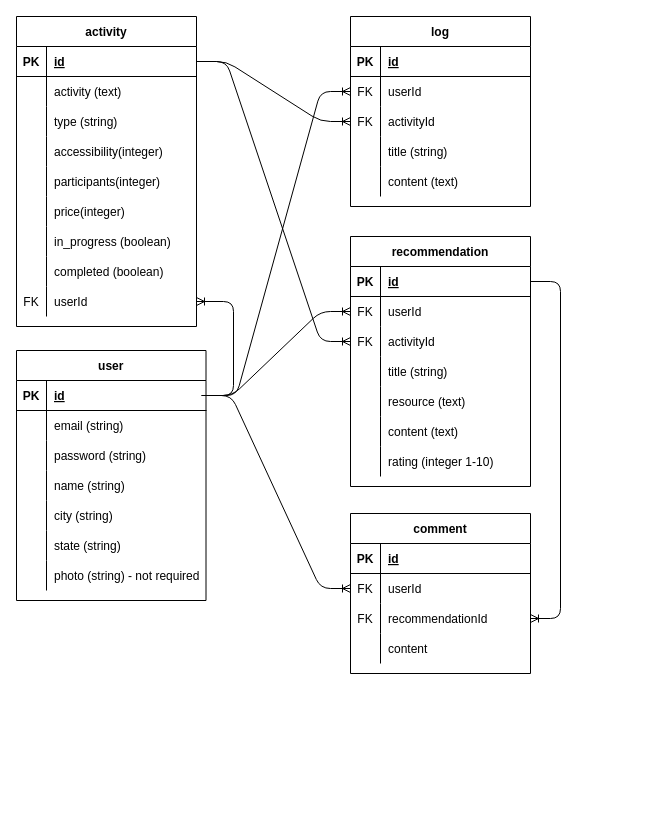
Before: ERD.drawio in valerieyang00/Project-2, a draw.io diagram. Source tidied: cells renumbered, new cells numbered last; positions are measured from the earlier drawing's top-left corner, leaving out a move shared by most shapes. Both pictures are drawn from the tidied source at 100%, with x=0, y=0 at pixel (16, 16).
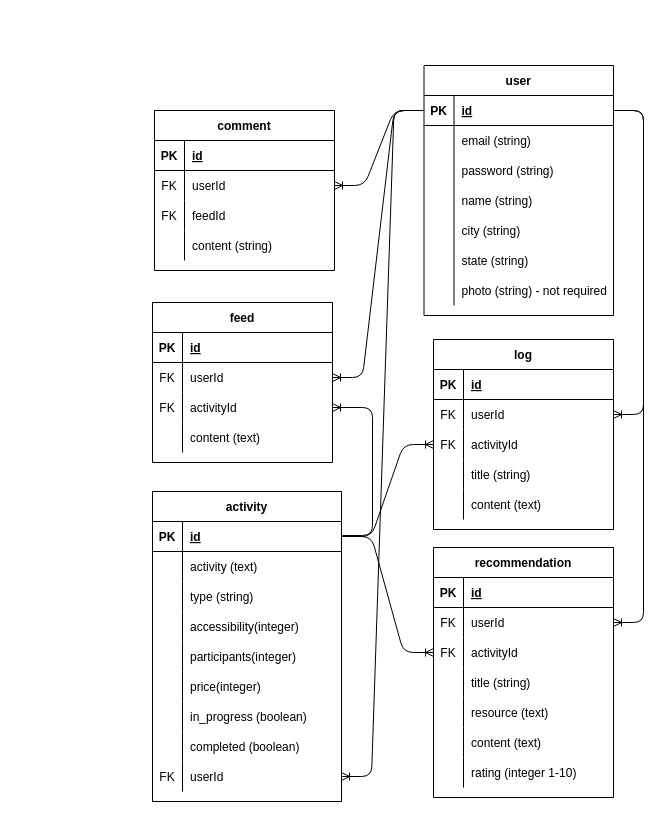
The same page after the edit.

Commit message (it also covers changes not shown here):
more models, edited ERD

Unchanged cells that the change refers to:
```xml
<mxCell id="3" style="shape=partialRectangle;fillColor=none;top=0;left=0;bottom=1;right=0;points=[[0,0.5],[1,0.5]];portConstraint=eastwest;" parent="2" vertex="1">
  <mxGeometry y="30" width="189.5" height="30" as="geometry" />
</mxCell>
<mxCell id="56" style="shape=partialRectangle;fillColor=none;top=0;left=0;bottom=0;right=0;points=[[0,0.5],[1,0.5]];portConstraint=eastwest;" parent="52" vertex="1">
  <mxGeometry y="60" width="180" height="30" as="geometry" />
</mxCell>
<mxCell id="59" style="shape=partialRectangle;fillColor=none;top=0;left=0;bottom=0;right=0;points=[[0,0.5],[1,0.5]];portConstraint=eastwest;" parent="52" vertex="1">
  <mxGeometry y="90" width="180" height="30" as="geometry" />
</mxCell>
<mxCell id="69" style="shape=partialRectangle;fillColor=none;top=0;left=0;bottom=1;right=0;points=[[0,0.5],[1,0.5]];portConstraint=eastwest;" parent="68" vertex="1">
  <mxGeometry y="30" width="180" height="30" as="geometry" />
</mxCell>
<mxCell id="72" style="shape=partialRectangle;fillColor=none;top=0;left=0;bottom=0;right=0;points=[[0,0.5],[1,0.5]];portConstraint=eastwest;" parent="68" vertex="1">
  <mxGeometry y="60" width="180" height="30" as="geometry" />
</mxCell>
<mxCell id="75" style="shape=partialRectangle;fillColor=none;top=0;left=0;bottom=0;right=0;points=[[0,0.5],[1,0.5]];portConstraint=eastwest;" parent="68" vertex="1">
  <mxGeometry y="90" width="180" height="30" as="geometry" />
</mxCell>
<mxCell id="99" style="shape=partialRectangle;fillColor=none;top=0;left=0;bottom=0;right=0;points=[[0,0.5],[1,0.5]];portConstraint=eastwest;" parent="95" vertex="1">
  <mxGeometry y="60" width="180" height="30" as="geometry" />
</mxCell>
<mxCell id="102" style="shape=partialRectangle;fillColor=none;top=0;left=0;bottom=0;right=0;points=[[0,0.5],[1,0.5]];portConstraint=eastwest;" parent="95" vertex="1">
  <mxGeometry y="90" width="180" height="30" as="geometry" />
</mxCell>
<mxCell id="105" style="shape=partialRectangle;fillColor=none;top=0;left=0;bottom=0;right=0;" parent="95" vertex="1">
  <mxGeometry y="120" width="180" height="30" as="geometry" />
</mxCell>
```

Change to the diagram source:
```diff
@@
     <mxCell id="2" value="user" style="shape=table;startSize=30;childLayout=tableLayout;rowLines=0;fontStyle=1;align=center;" parent="1" vertex="1">
-      <mxGeometry y="334" width="189.5" height="250" as="geometry" />
+      <mxGeometry x="407.5" y="49" width="189.5" height="250" as="geometry" />
     </mxCell>
@@
     <mxCell id="24" value="activity" style="shape=table;startSize=30;childLayout=tableLayout;rowLines=0;fontStyle=1;align=center;" parent="1" vertex="1">
-      <mxGeometry width="180" height="310" as="geometry" />
+      <mxGeometry x="136" y="475" width="189" height="310" as="geometry" />
     </mxCell>
     <mxCell id="25" style="shape=partialRectangle;fillColor=none;top=0;left=0;bottom=1;right=0;points=[[0,0.5],[1,0.5]];portConstraint=eastwest;" parent="24" vertex="1">
-      <mxGeometry y="30" width="180" height="30" as="geometry" />
+      <mxGeometry y="30" width="189" height="30" as="geometry" />
     </mxCell>
@@
     <mxCell id="27" value="id" style="shape=partialRectangle;fillColor=none;top=0;left=0;bottom=0;right=0;align=left;spacingLeft=6;fontStyle=5;overflow=hidden;" parent="25" vertex="1">
-      <mxGeometry x="30" width="150" height="30" as="geometry" />
+      <mxGeometry x="30" width="159" height="30" as="geometry" />
     </mxCell>
     <mxCell id="28" style="shape=partialRectangle;fillColor=none;top=0;left=0;bottom=0;right=0;" parent="24" vertex="1">
-      <mxGeometry y="60" width="180" height="30" as="geometry" />
+      <mxGeometry y="60" width="189" height="30" as="geometry" />
     </mxCell>
@@
     <mxCell id="30" value="activity (text)" style="shape=partialRectangle;fillColor=none;top=0;left=0;bottom=0;right=0;align=left;spacingLeft=6;overflow=hidden;" parent="28" vertex="1">
-      <mxGeometry x="30" width="150" height="30" as="geometry" />
+      <mxGeometry x="30" width="159" height="30" as="geometry" />
     </mxCell>
     <mxCell id="31" style="shape=partialRectangle;fillColor=none;top=0;left=0;bottom=0;right=0;" parent="24" vertex="1">
-      <mxGeometry y="90" width="180" height="30" as="geometry" />
+      <mxGeometry y="90" width="189" height="30" as="geometry" />
     </mxCell>
@@
     <mxCell id="33" value="type (string)" style="shape=partialRectangle;fillColor=none;top=0;left=0;bottom=0;right=0;align=left;spacingLeft=6;overflow=hidden;" parent="31" vertex="1">
-      <mxGeometry x="30" width="150" height="30" as="geometry" />
+      <mxGeometry x="30" width="159" height="30" as="geometry" />
     </mxCell>
     <mxCell id="34" style="shape=partialRectangle;fillColor=none;top=0;left=0;bottom=0;right=0;" parent="24" vertex="1">
-      <mxGeometry y="120" width="180" height="30" as="geometry" />
+      <mxGeometry y="120" width="189" height="30" as="geometry" />
     </mxCell>
@@
     <mxCell id="36" value="accessibility(integer)" style="shape=partialRectangle;fillColor=none;top=0;left=0;bottom=0;right=0;align=left;spacingLeft=6;overflow=hidden;" parent="34" vertex="1">
-      <mxGeometry x="30" width="150" height="30" as="geometry" />
+      <mxGeometry x="30" width="159" height="30" as="geometry" />
     </mxCell>
     <mxCell id="37" style="shape=partialRectangle;fillColor=none;top=0;left=0;bottom=0;right=0;" parent="24" vertex="1">
-      <mxGeometry y="150" width="180" height="30" as="geometry" />
+      <mxGeometry y="150" width="189" height="30" as="geometry" />
     </mxCell>
@@
     <mxCell id="39" value="participants(integer)" style="shape=partialRectangle;fillColor=none;top=0;left=0;bottom=0;right=0;align=left;spacingLeft=6;overflow=hidden;" parent="37" vertex="1">
-      <mxGeometry x="30" width="150" height="30" as="geometry" />
+      <mxGeometry x="30" width="159" height="30" as="geometry" />
     </mxCell>
     <mxCell id="40" style="shape=partialRectangle;fillColor=none;top=0;left=0;bottom=0;right=0;" parent="24" vertex="1">
-      <mxGeometry y="180" width="180" height="30" as="geometry" />
+      <mxGeometry y="180" width="189" height="30" as="geometry" />
     </mxCell>
@@
     <mxCell id="42" value="price(integer)" style="shape=partialRectangle;fillColor=none;top=0;left=0;bottom=0;right=0;align=left;spacingLeft=6;overflow=hidden;" parent="40" vertex="1">
-      <mxGeometry x="30" width="150" height="30" as="geometry" />
+      <mxGeometry x="30" width="159" height="30" as="geometry" />
     </mxCell>
     <mxCell id="43" style="shape=partialRectangle;fillColor=none;top=0;left=0;bottom=0;right=0;" parent="24" vertex="1">
-      <mxGeometry y="210" width="180" height="30" as="geometry" />
+      <mxGeometry y="210" width="189" height="30" as="geometry" />
     </mxCell>
@@
     <mxCell id="45" value="in_progress (boolean)" style="shape=partialRectangle;fillColor=none;top=0;left=0;bottom=0;right=0;align=left;spacingLeft=6;overflow=hidden;" parent="43" vertex="1">
-      <mxGeometry x="30" width="150" height="30" as="geometry" />
+      <mxGeometry x="30" width="159" height="30" as="geometry" />
     </mxCell>
     <mxCell id="46" style="shape=partialRectangle;fillColor=none;top=0;left=0;bottom=0;right=0;" parent="24" vertex="1">
-      <mxGeometry y="240" width="180" height="30" as="geometry" />
+      <mxGeometry y="240" width="189" height="30" as="geometry" />
     </mxCell>
@@
     <mxCell id="48" value="completed (boolean)" style="shape=partialRectangle;fillColor=none;top=0;left=0;bottom=0;right=0;align=left;spacingLeft=6;overflow=hidden;" parent="46" vertex="1">
-      <mxGeometry x="30" width="150" height="30" as="geometry" />
+      <mxGeometry x="30" width="159" height="30" as="geometry" />
     </mxCell>
     <mxCell id="49" style="shape=partialRectangle;fillColor=none;top=0;left=0;bottom=0;right=0;points=[[0,0.5],[1,0.5]];portConstraint=eastwest;" parent="24" vertex="1">
-      <mxGeometry y="270" width="180" height="30" as="geometry" />
+      <mxGeometry y="270" width="189" height="30" as="geometry" />
     </mxCell>
@@
     <mxCell id="51" value="userId" style="shape=partialRectangle;fillColor=none;top=0;left=0;bottom=0;right=0;align=left;spacingLeft=6;overflow=hidden;" parent="49" vertex="1">
-      <mxGeometry x="30" width="150" height="30" as="geometry" />
+      <mxGeometry x="30" width="159" height="30" as="geometry" />
     </mxCell>
     <mxCell id="52" value="log" style="shape=table;startSize=30;childLayout=tableLayout;rowLines=0;fontStyle=1;align=center;" parent="1" vertex="1">
-      <mxGeometry x="334" width="180" height="190" as="geometry" />
+      <mxGeometry x="417" y="323" width="180" height="190" as="geometry" />
     </mxCell>
@@
     <mxCell id="68" value="recommendation" style="shape=table;startSize=30;childLayout=tableLayout;rowLines=0;fontStyle=1;align=center;" parent="1" vertex="1">
-      <mxGeometry x="334" y="220" width="180" height="250" as="geometry" />
+      <mxGeometry x="417" y="531" width="180" height="250" as="geometry" />
     </mxCell>
@@
-    <mxCell id="90" style="edgeStyle=entityRelationEdgeStyle;fontSize=12;html=1;endArrow=ERoneToMany;entryX=0;entryY=0.5;entryDx=0;entryDy=0;exitX=1;exitY=0.5;exitDx=0;exitDy=0;" parent="1" edge="1" source="25" target="59">
-      <mxGeometry relative="1" as="geometry" />
-    </mxCell>
-    <mxCell id="91" style="edgeStyle=entityRelationEdgeStyle;fontSize=12;html=1;endArrow=ERoneToMany;entryX=0;entryY=0.5;entryDx=0;entryDy=0;exitX=1;exitY=0.5;exitDx=0;exitDy=0;" parent="1" edge="1" source="25" target="75">
-      <mxGeometry relative="1" as="geometry" />
-    </mxCell>
-    <mxCell id="92" style="edgeStyle=entityRelationEdgeStyle;fontSize=12;html=1;endArrow=ERoneToMany;entryX=0;entryY=0.5;entryDx=0;entryDy=0;" parent="1" edge="1" target="56">
-      <mxGeometry relative="1" as="geometry">
-        <mxPoint x="190" y="379" as="sourcePoint" />
-      </mxGeometry>
-    </mxCell>
-    <mxCell id="93" style="edgeStyle=entityRelationEdgeStyle;fontSize=12;html=1;endArrow=ERoneToMany;entryX=0;entryY=0.5;entryDx=0;entryDy=0;" parent="1" edge="1" target="72">
-      <mxGeometry relative="1" as="geometry">
-        <mxPoint x="186" y="379" as="sourcePoint" />
-      </mxGeometry>
-    </mxCell>
-    <mxCell id="94" style="edgeStyle=entityRelationEdgeStyle;fontSize=12;html=1;endArrow=ERoneToMany;" parent="1" edge="1" target="49">
-      <mxGeometry relative="1" as="geometry">
-        <mxPoint x="187" y="379" as="sourcePoint" />
-      </mxGeometry>
-    </mxCell>
     <mxCell id="95" value="comment" style="shape=table;startSize=30;childLayout=tableLayout;rowLines=0;fontStyle=1;align=center;" parent="1" vertex="1">
-      <mxGeometry x="334" y="497" width="180" height="160" as="geometry" />
+      <mxGeometry x="138" y="94" width="180" height="160" as="geometry" />
     </mxCell>
@@
-    <mxCell id="104" value="recommendationId" style="shape=partialRectangle;fillColor=none;top=0;left=0;bottom=0;right=0;align=left;spacingLeft=6;overflow=hidden;" parent="102" vertex="1">
+    <mxCell id="104" value="feedId" style="shape=partialRectangle;fillColor=none;top=0;left=0;bottom=0;right=0;align=left;spacingLeft=6;overflow=hidden;" parent="102" vertex="1">
       <mxGeometry x="30" width="150" height="30" as="geometry" />
     </mxCell>
@@
-    <mxCell id="107" value="content" style="shape=partialRectangle;fillColor=none;top=0;left=0;bottom=0;right=0;align=left;spacingLeft=6;overflow=hidden;" parent="105" vertex="1">
+    <mxCell id="107" value="content (string)" style="shape=partialRectangle;fillColor=none;top=0;left=0;bottom=0;right=0;align=left;spacingLeft=6;overflow=hidden;" parent="105" vertex="1">
       <mxGeometry x="30" width="150" height="30" as="geometry" />
     </mxCell>
-    <mxCell id="108" style="edgeStyle=entityRelationEdgeStyle;fontSize=12;html=1;endArrow=ERoneToMany;entryX=0;entryY=0.5;entryDx=0;entryDy=0;" parent="1" edge="1" target="99">
-      <mxGeometry relative="1" as="geometry">
-        <mxPoint x="184.8" y="379" as="sourcePoint" />
-      </mxGeometry>
-    </mxCell>
-    <mxCell id="109" style="edgeStyle=entityRelationEdgeStyle;fontSize=12;html=1;endArrow=ERoneToMany;exitX=1;exitY=0.5;exitDx=0;exitDy=0;entryX=1;entryY=0.5;entryDx=0;entryDy=0;" parent="1" edge="1" source="69" target="102">
-      <mxGeometry relative="1" as="geometry" />
+    <mxCell id="109" value="feed" style="shape=table;startSize=30;childLayout=tableLayout;rowLines=0;fontStyle=1;align=center;" parent="1" vertex="1">
+      <mxGeometry x="136" y="286" width="180" height="160" as="geometry" />
     </mxCell>
+    <mxCell id="110" style="shape=partialRectangle;fillColor=none;top=0;left=0;bottom=1;right=0;" parent="109" vertex="1">
+      <mxGeometry y="30" width="180" height="30" as="geometry" />
+    </mxCell>
+    <mxCell id="111" value="PK" style="shape=partialRectangle;fillColor=none;top=0;left=0;bottom=0;right=0;fontStyle=1;overflow=hidden;" parent="110" vertex="1">
+      <mxGeometry width="30" height="30" as="geometry" />
+    </mxCell>
+    <mxCell id="112" value="id" style="shape=partialRectangle;fillColor=none;top=0;left=0;bottom=0;right=0;align=left;spacingLeft=6;fontStyle=5;overflow=hidden;" parent="110" vertex="1">
+      <mxGeometry x="30" width="150" height="30" as="geometry" />
+    </mxCell>
+    <mxCell id="113" style="shape=partialRectangle;fillColor=none;top=0;left=0;bottom=0;right=0;points=[[0,0.5],[1,0.5]];portConstraint=eastwest;" parent="109" vertex="1">
+      <mxGeometry y="60" width="180" height="30" as="geometry" />
+    </mxCell>
+    <mxCell id="114" value="FK" style="shape=partialRectangle;fillColor=none;top=0;left=0;bottom=0;right=0;overflow=hidden;" parent="113" vertex="1">
+      <mxGeometry width="30" height="30" as="geometry" />
+    </mxCell>
+    <mxCell id="115" value="userId" style="shape=partialRectangle;fillColor=none;top=0;left=0;bottom=0;right=0;align=left;spacingLeft=6;overflow=hidden;" parent="113" vertex="1">
+      <mxGeometry x="30" width="150" height="30" as="geometry" />
+    </mxCell>
+    <mxCell id="116" style="shape=partialRectangle;fillColor=none;top=0;left=0;bottom=0;right=0;points=[[0,0.5],[1,0.5]];portConstraint=eastwest;" parent="109" vertex="1">
+      <mxGeometry y="90" width="180" height="30" as="geometry" />
+    </mxCell>
+    <mxCell id="117" value="FK" style="shape=partialRectangle;fillColor=none;top=0;left=0;bottom=0;right=0;overflow=hidden;" parent="116" vertex="1">
+      <mxGeometry width="30" height="30" as="geometry" />
+    </mxCell>
+    <mxCell id="118" value="activityId" style="shape=partialRectangle;fillColor=none;top=0;left=0;bottom=0;right=0;align=left;spacingLeft=6;overflow=hidden;" parent="116" vertex="1">
+      <mxGeometry x="30" width="150" height="30" as="geometry" />
+    </mxCell>
+    <mxCell id="119" style="shape=partialRectangle;fillColor=none;top=0;left=0;bottom=0;right=0;" parent="109" vertex="1">
+      <mxGeometry y="120" width="180" height="30" as="geometry" />
+    </mxCell>
+    <mxCell id="120" style="shape=partialRectangle;fillColor=none;top=0;left=0;bottom=0;right=0;overflow=hidden;" parent="119" vertex="1">
+      <mxGeometry width="30" height="30" as="geometry" />
+    </mxCell>
+    <mxCell id="121" value="content (text)" style="shape=partialRectangle;fillColor=none;top=0;left=0;bottom=0;right=0;align=left;spacingLeft=6;overflow=hidden;" parent="119" vertex="1">
+      <mxGeometry x="30" width="150" height="30" as="geometry" />
+    </mxCell>
+    <mxCell id="122" style="edgeStyle=entityRelationEdgeStyle;fontSize=12;html=1;endArrow=ERoneToMany;" parent="1" edge="1" source="3" target="56">
+      <mxGeometry relative="1" as="geometry" />
+    </mxCell>
+    <mxCell id="123" style="edgeStyle=entityRelationEdgeStyle;fontSize=12;html=1;endArrow=ERoneToMany;exitX=1;exitY=0.5;exitDx=0;exitDy=0;" parent="1" edge="1" source="3" target="72">
+      <mxGeometry relative="1" as="geometry" />
+    </mxCell>
+    <mxCell id="90" style="edgeStyle=entityRelationEdgeStyle;fontSize=12;html=1;endArrow=ERoneToMany;exitX=1;exitY=0.5;exitDx=0;exitDy=0;entryX=0;entryY=0.5;entryDx=0;entryDy=0;" parent="1" edge="1" source="25" target="59">
+      <mxGeometry relative="1" as="geometry" />
+    </mxCell>
+    <mxCell id="91" style="edgeStyle=entityRelationEdgeStyle;fontSize=12;html=1;endArrow=ERoneToMany;exitX=1;exitY=0.5;exitDx=0;exitDy=0;entryX=0;entryY=0.5;entryDx=0;entryDy=0;" parent="1" edge="1" source="25" target="75">
+      <mxGeometry relative="1" as="geometry" />
+    </mxCell>
+    <mxCell id="124" style="edgeStyle=entityRelationEdgeStyle;fontSize=12;html=1;endArrow=ERoneToMany;exitX=0;exitY=0.5;exitDx=0;exitDy=0;" parent="1" edge="1" source="3" target="99">
+      <mxGeometry relative="1" as="geometry" />
+    </mxCell>
+    <mxCell id="125" style="edgeStyle=entityRelationEdgeStyle;fontSize=12;html=1;endArrow=ERoneToMany;exitX=0;exitY=0.5;exitDx=0;exitDy=0;" parent="1" edge="1" source="3" target="113">
+      <mxGeometry relative="1" as="geometry" />
+    </mxCell>
+    <mxCell id="126" style="edgeStyle=entityRelationEdgeStyle;fontSize=12;html=1;endArrow=ERoneToMany;" parent="1" edge="1" target="116">
+      <mxGeometry relative="1" as="geometry">
+        <mxPoint x="326" y="519" as="sourcePoint" />
+      </mxGeometry>
+    </mxCell>
+    <mxCell id="127" style="edgeStyle=entityRelationEdgeStyle;fontSize=12;html=1;endArrow=ERoneToMany;elbow=vertical;exitX=0;exitY=0.5;exitDx=0;exitDy=0;" parent="1" edge="1" source="3" target="49">
+      <mxGeometry relative="1" as="geometry" />
+    </mxCell>
```
